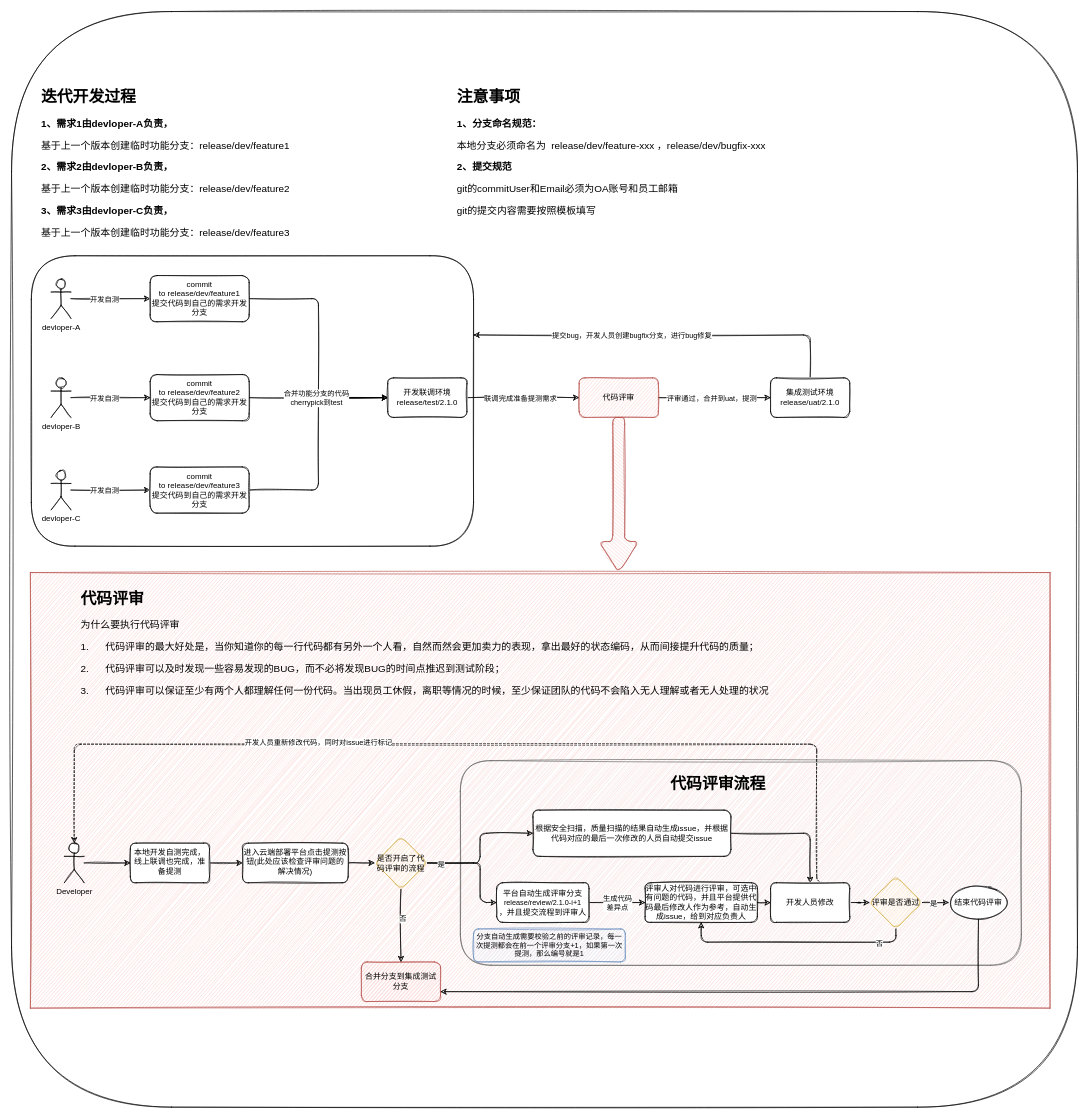
Earlier version of the draw.io diagram page "第 1 页" (1 of 2) of 代码评审流程.drawio (jenkinZhou/online-face). Source tidied: cells renumbered, new cells numbered last; positions are measured from the earlier drawing's top-left corner, leaving out a move shared by most shapes. Both pictures are drawn from the tidied source at 66%, with x=0, y=0 at pixel (11, 11).
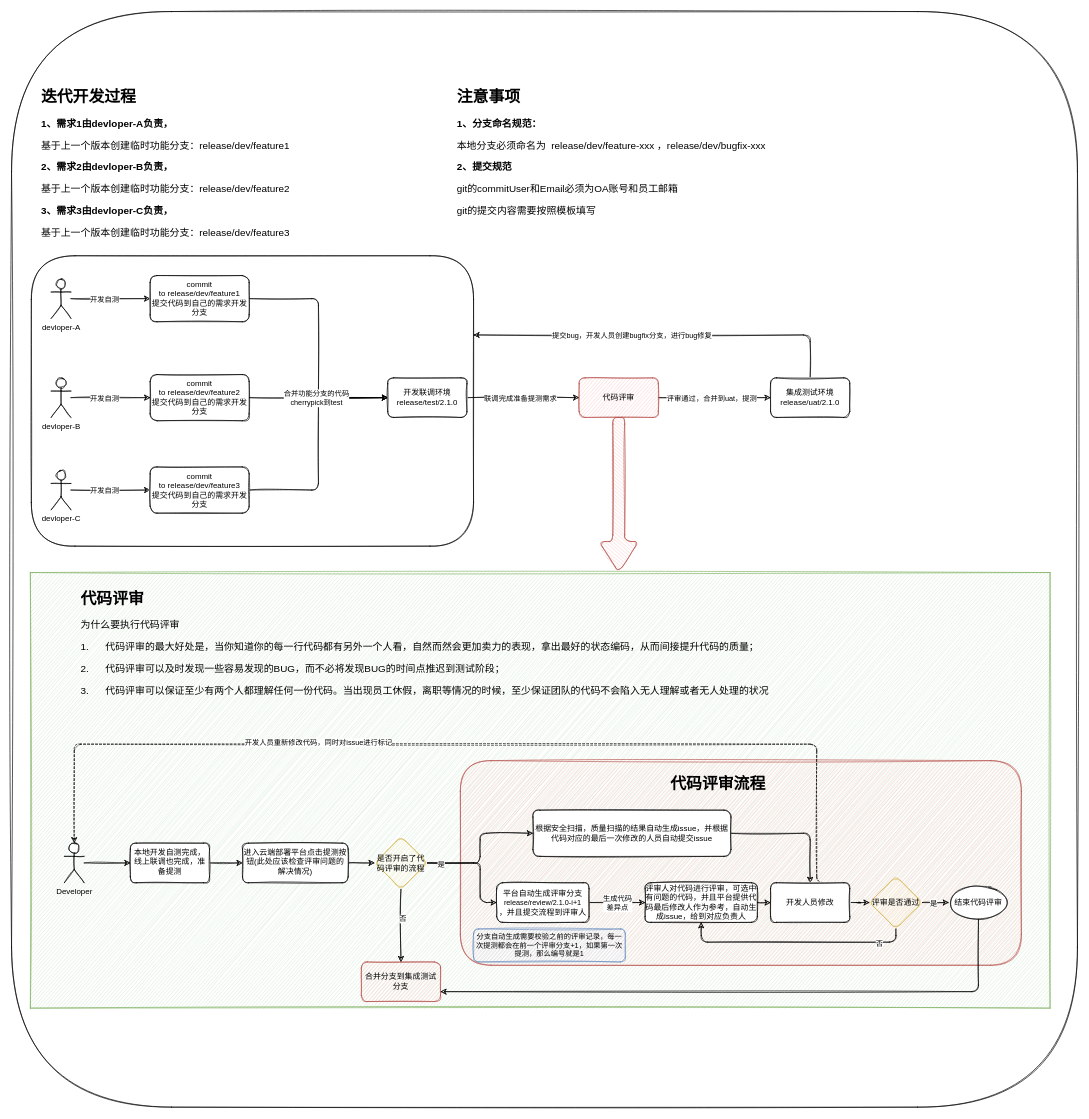
After the change.

Commit message:
更新代码评审流程.drawio

What changed in the source:
```diff
@@
-    <mxCell id="3" style="rounded=0;whiteSpace=wrap;html=1;sketch=1;hachureGap=4;fontFamily=Architects Daughter;fontSize=20;fillColor=#f8cecc;strokeColor=#b85450;" parent="1" vertex="1">
+    <mxCell id="3" style="rounded=0;whiteSpace=wrap;html=1;sketch=1;hachureGap=4;fontFamily=Architects Daughter;fontSize=20;fillColor=#d5e8d4;strokeColor=#82b366;" parent="1" vertex="1">
       <mxGeometry x="28.5" y="850" width="1545" height="660" as="geometry" />
     </mxCell>
-    <mxCell id="4" style="rounded=1;whiteSpace=wrap;html=1;fillColor=#f5f5f5;fontColor=#333333;strokeColor=#666666;sketch=1;" parent="1" vertex="1">
+    <mxCell id="4" style="rounded=1;whiteSpace=wrap;html=1;fillColor=#f8cecc;strokeColor=#b85450;sketch=1;" parent="1" vertex="1">
       <mxGeometry x="680" y="1135" width="850" height="310" as="geometry" />
     </mxCell>
```
